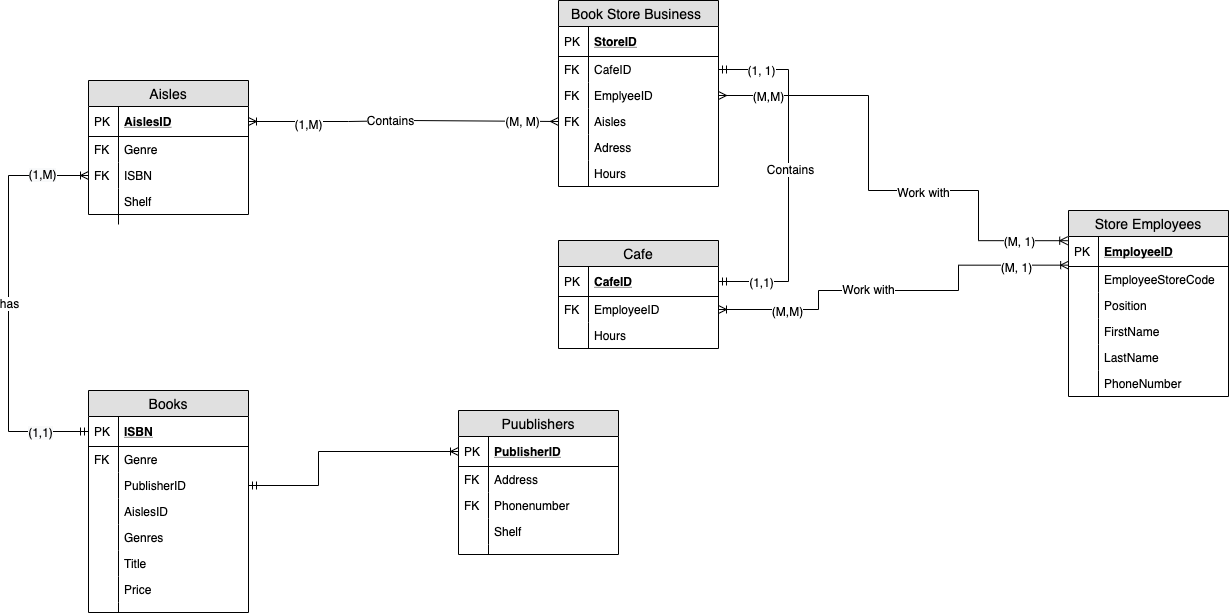
Before: Group Assignment 2.png, a diagram exported from draw.io (jyoojin132/IST210-Spring2020). Source tidied: cells renumbered, new cells last; positions are measured from the earlier drawing's top-left corner, leaving out a move shared by most shapes.
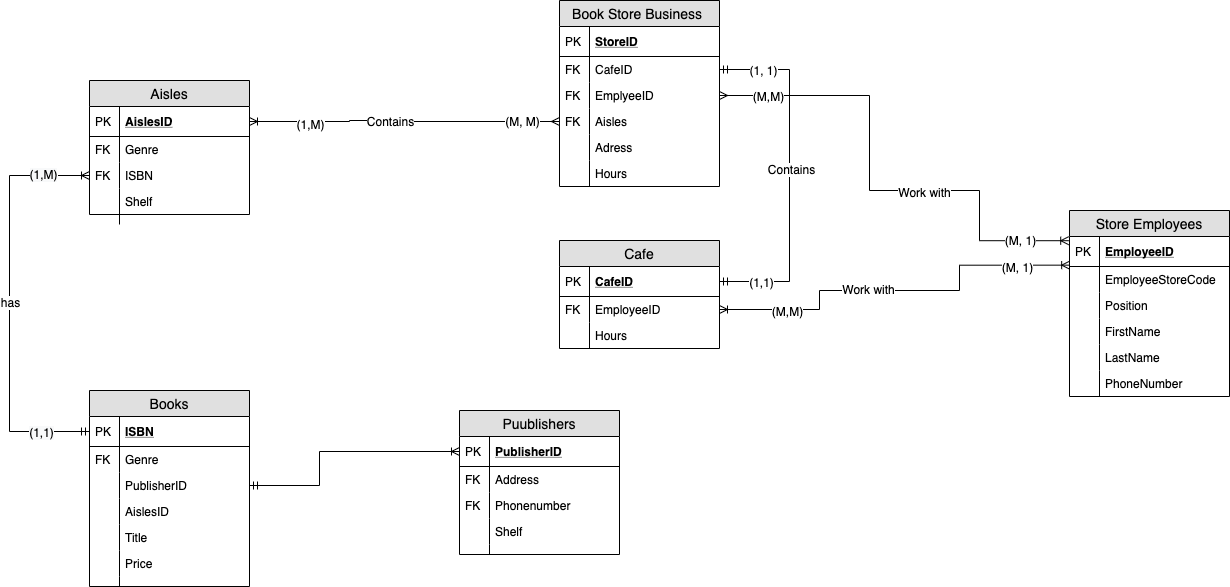
After the commit.

The edit, as a diff of the source:
```diff
@@ -90,7 +90,7 @@
       <mxGeometry width="30" height="26" as="geometry" />
     </mxCell>
     <mxCell id="31" value="Books" style="swimlane;fontStyle=0;horizontal=1;startSize=26;fillColor=#e0e0e0;swimlaneFillColor=#ffffff;align=center;fontSize=14;" parent="1" vertex="1">
-      <mxGeometry x="80" y="390" width="160" height="222" as="geometry" />
+      <mxGeometry x="80" y="390" width="160" height="196" as="geometry" />
     </mxCell>
     <mxCell id="32" value="ISBN" style="shape=partialRectangle;top=0;left=0;right=0;bottom=1;align=left;verticalAlign=middle;fillColor=none;spacingLeft=34;spacingRight=4;overflow=hidden;points=[[0,0.5],[1,0.5]];portConstraint=eastwest;fontStyle=5;fontSize=12;" parent="31" vertex="1">
       <mxGeometry y="26" width="160" height="30" as="geometry" />
@@ -116,26 +116,20 @@
     <mxCell id="39" style="shape=partialRectangle;top=0;left=0;bottom=0;fillColor=none;align=left;verticalAlign=top;spacingLeft=4;spacingRight=4;overflow=hidden;fontSize=12;" parent="38" vertex="1">
       <mxGeometry width="30" height="26" as="geometry" />
     </mxCell>
-    <mxCell id="40" value="Genres" style="shape=partialRectangle;top=0;left=0;right=0;bottom=0;align=left;verticalAlign=top;fillColor=none;spacingLeft=34;spacingRight=4;overflow=hidden;fontSize=12;" parent="31" vertex="1">
-      <mxGeometry y="134" width="160" height="26" as="geometry" />
-    </mxCell>
-    <mxCell id="41" style="shape=partialRectangle;top=0;left=0;bottom=0;fillColor=none;align=left;verticalAlign=top;spacingLeft=4;spacingRight=4;overflow=hidden;fontSize=12;" parent="40" vertex="1">
-      <mxGeometry width="30" height="26" as="geometry" />
-    </mxCell>
     <mxCell id="42" value="Title" style="shape=partialRectangle;top=0;left=0;right=0;bottom=0;align=left;verticalAlign=top;fillColor=none;spacingLeft=34;spacingRight=4;overflow=hidden;fontSize=12;" parent="31" vertex="1">
-      <mxGeometry y="160" width="160" height="26" as="geometry" />
+      <mxGeometry y="134" width="160" height="26" as="geometry" />
     </mxCell>
     <mxCell id="43" style="shape=partialRectangle;top=0;left=0;bottom=0;fillColor=none;align=left;verticalAlign=top;spacingLeft=4;spacingRight=4;overflow=hidden;fontSize=12;" parent="42" vertex="1">
       <mxGeometry width="30" height="26" as="geometry" />
     </mxCell>
     <mxCell id="44" value="Price" style="shape=partialRectangle;top=0;left=0;right=0;bottom=0;align=left;verticalAlign=top;fillColor=none;spacingLeft=34;spacingRight=4;overflow=hidden;fontSize=12;" parent="31" vertex="1">
-      <mxGeometry y="186" width="160" height="26" as="geometry" />
+      <mxGeometry y="160" width="160" height="26" as="geometry" />
     </mxCell>
     <mxCell id="45" style="shape=partialRectangle;top=0;left=0;bottom=0;fillColor=none;align=left;verticalAlign=top;spacingLeft=4;spacingRight=4;overflow=hidden;fontSize=12;" parent="44" vertex="1">
       <mxGeometry width="30" height="26" as="geometry" />
     </mxCell>
     <mxCell id="46" style="shape=partialRectangle;top=0;left=0;right=0;bottom=0;align=left;verticalAlign=top;fillColor=none;spacingLeft=34;spacingRight=4;overflow=hidden;fontSize=12;" parent="31" vertex="1">
-      <mxGeometry y="212" width="160" height="10" as="geometry" />
+      <mxGeometry y="186" width="160" height="10" as="geometry" />
     </mxCell>
     <mxCell id="47" style="shape=partialRectangle;top=0;left=0;bottom=0;fillColor=none;align=left;verticalAlign=top;spacingLeft=4;spacingRight=4;overflow=hidden;fontSize=12;" parent="46" vertex="1">
       <mxGeometry width="30" height="10" as="geometry" />
```
